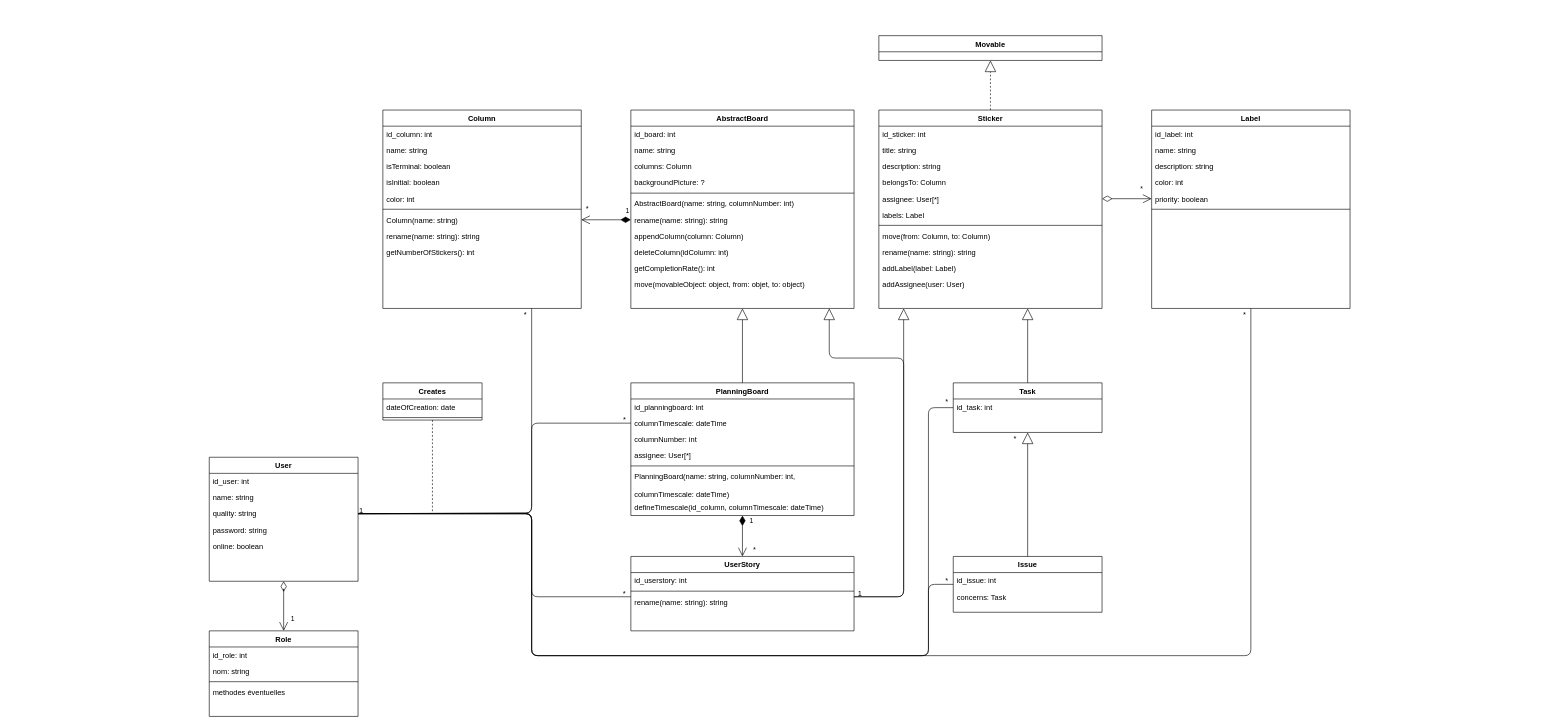
This is Diagrams/Class Diagram.drawio from RedaPengam/Boardy, a draw.io file, before an edit. Source tidied: cells renumbered, new cells numbered last; positions are measured from the earlier drawing's top-left corner, leaving out a move shared by most shapes. Both pictures are drawn from the tidied source at 62%, with x=0, y=0 at pixel (209, 35).
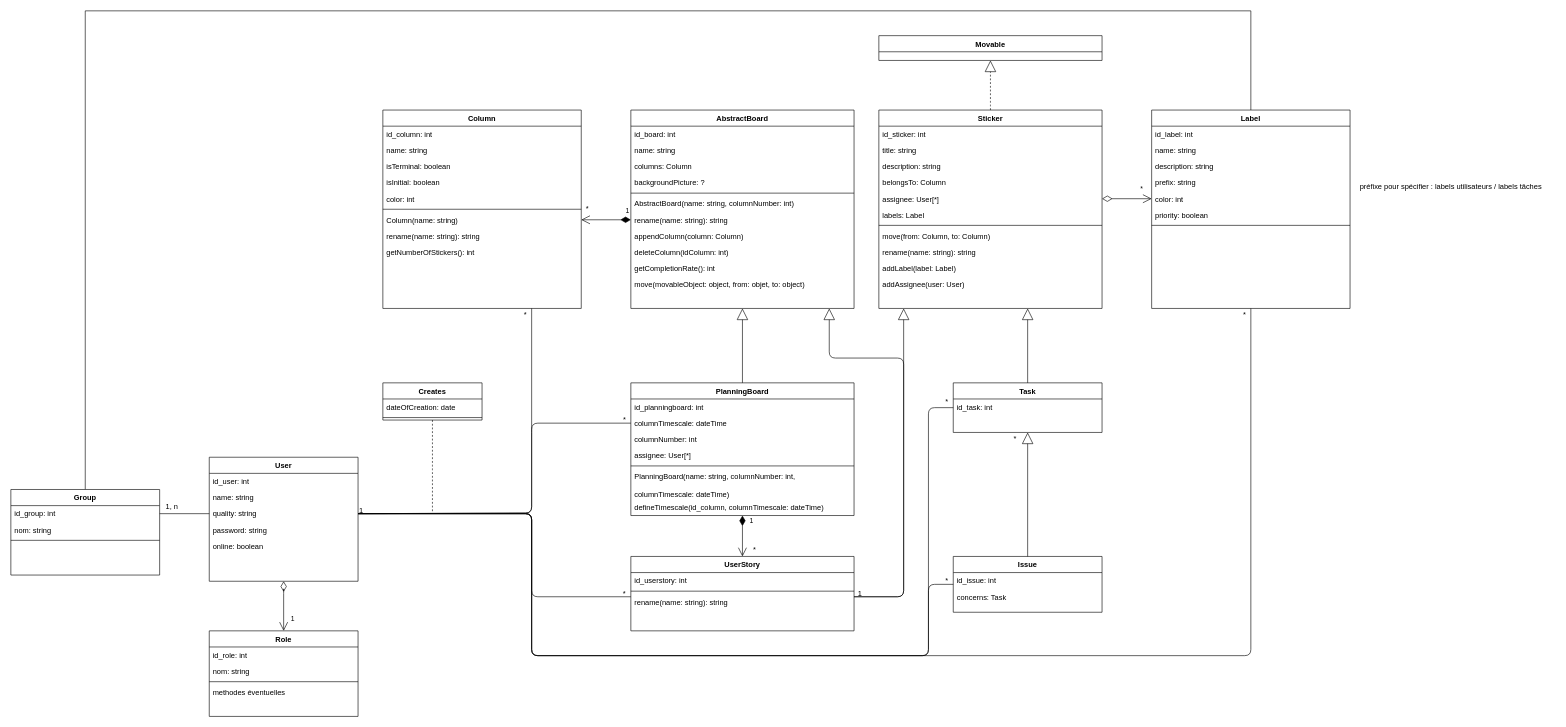
After the change.

The change refers to these unchanged cells:
```xml
<mxCell id="5" value="quality: string" style="text;align=left;verticalAlign=top;spacingLeft=4;spacingRight=4;overflow=hidden;points=[[0,0.5],[1,0.5]];portConstraint=eastwest;rounded=0;shadow=0;html=0;" parent="2" vertex="1">
  <mxGeometry y="78" width="240" height="26" as="geometry" />
</mxCell>
<mxCell id="37" value="assignee: User[*]" style="text;align=left;verticalAlign=top;spacingLeft=4;spacingRight=4;overflow=hidden;points=[[0,0.5],[1,0.5]];portConstraint=eastwest;rounded=0;shadow=0;html=0;" parent="32" vertex="1">
  <mxGeometry y="130" width="360" height="26" as="geometry" />
</mxCell>
<mxCell id="73" value="Label" style="swimlane;fontStyle=1;align=center;verticalAlign=top;horizontal=1;startSize=26;rounded=0;shadow=0;strokeWidth=1;" parent="1" vertex="1">
  <mxGeometry x="1520" y="120" width="320" height="320" as="geometry" />
</mxCell>
```

Change to the diagram source:
```diff
@@
+    <mxCell id="103" style="edgeStyle=orthogonalEdgeStyle;rounded=0;jettySize=auto;html=1;exitX=0.5;exitY=0;exitDx=0;exitDy=0;entryX=0.5;entryY=0;entryDx=0;entryDy=0;endArrow=none;endFill=0;" parent="1" edge="1" source="73" target="106">
+      <mxGeometry relative="1" as="geometry">
+        <Array as="points">
+          <mxPoint x="1680" y="-40" />
+          <mxPoint x="-200" y="-40" />
+        </Array>
+      </mxGeometry>
+    </mxCell>
@@
+    <mxCell id="104" value="prefix: string " style="text;align=left;verticalAlign=top;spacingLeft=4;spacingRight=4;overflow=hidden;" parent="73" vertex="1">
+      <mxGeometry y="104" width="320" height="26" as="geometry" />
+    </mxCell>
     <mxCell id="77" value="color: int" style="text;align=left;verticalAlign=top;spacingLeft=4;spacingRight=4;overflow=hidden;points=[[0,0.5],[1,0.5]];portConstraint=eastwest;" parent="73" vertex="1">
-      <mxGeometry y="104" width="320" height="26" as="geometry" />
+      <mxGeometry y="130" width="320" height="26" as="geometry" />
     </mxCell>
     <mxCell id="78" value="priority: boolean" style="text;align=left;verticalAlign=top;spacingLeft=4;spacingRight=4;overflow=hidden;points=[[0,0.5],[1,0.5]];portConstraint=eastwest;" parent="73" vertex="1">
-      <mxGeometry y="130" width="320" height="26" as="geometry" />
+      <mxGeometry y="156" width="320" height="26" as="geometry" />
     </mxCell>
     <mxCell id="79" style="line;html=1;strokeWidth=1;align=left;verticalAlign=middle;spacingTop=-1;spacingLeft=3;spacingRight=3;labelPosition=right;" parent="73" vertex="1">
-      <mxGeometry y="156" width="320" height="8" as="geometry" />
+      <mxGeometry y="182" width="320" height="8" as="geometry" />
     </mxCell>
@@
-    <mxCell id="83" value="*" style="endArrow=open;html=1;endSize=12;startArrow=diamondThin;startSize=14;startFill=0;edgeStyle=orthogonalEdgeStyle;align=left;verticalAlign=bottom;exitX=1;exitY=0.5;exitDx=0;exitDy=0;entryX=0;entryY=0.5;entryDx=0;entryDy=0;" parent="1" edge="1" source="37" target="78">
+    <mxCell id="83" value="*" style="endArrow=open;html=1;endSize=12;startArrow=diamondThin;startSize=14;startFill=0;edgeStyle=orthogonalEdgeStyle;align=left;verticalAlign=bottom;exitX=1;exitY=0.5;exitDx=0;exitDy=0;entryX=0;entryY=0.5;entryDx=0;entryDy=0;" parent="1" edge="1" source="37" target="77">
       <mxGeometry x="0.5" y="7" relative="1" as="geometry" />
     </mxCell>
@@
+    <mxCell id="105" value="préfixe pour spécifier : labels utilisateurs / labels tâches" style="text;align=left;verticalAlign=top;spacingLeft=4;spacingRight=4;overflow=hidden;" parent="1" vertex="1">
+      <mxGeometry x="1850" y="230" width="320" height="26" as="geometry" />
+    </mxCell>
+    <mxCell id="106" value="Group" style="swimlane;fontStyle=1;align=center;verticalAlign=top;horizontal=1;startSize=26;rounded=0;shadow=0;strokeWidth=1;" parent="1" vertex="1">
+      <mxGeometry x="-320" y="732" width="240" height="138" as="geometry" />
+    </mxCell>
+    <mxCell id="107" value="id_group: int" style="text;align=left;verticalAlign=top;spacingLeft=4;spacingRight=4;overflow=hidden;points=[[0,0.5],[1,0.5]];portConstraint=eastwest;rounded=0;shadow=0;html=0;" parent="106" vertex="1">
+      <mxGeometry y="26" width="240" height="26" as="geometry" />
+    </mxCell>
+    <mxCell id="108" value="nom: string" style="text;align=left;verticalAlign=top;spacingLeft=4;spacingRight=4;overflow=hidden;rounded=0;shadow=0;html=0;" parent="106" vertex="1">
+      <mxGeometry y="52" width="240" height="26" as="geometry" />
+    </mxCell>
+    <mxCell id="109" style="line;html=1;strokeWidth=1;align=left;verticalAlign=middle;spacingTop=-1;spacingLeft=3;spacingRight=3;labelPosition=right;" parent="106" vertex="1">
+      <mxGeometry y="78" width="240" height="8" as="geometry" />
+    </mxCell>
+    <mxCell id="110" style="edgeStyle=orthogonalEdgeStyle;rounded=0;jettySize=auto;html=1;exitX=0;exitY=0.5;exitDx=0;exitDy=0;entryX=1;entryY=0.5;entryDx=0;entryDy=0;endArrow=none;endFill=0;" parent="1" edge="1" source="5" target="107">
+      <mxGeometry relative="1" as="geometry" />
+    </mxCell>
+    <mxCell id="111" value="1, n" style="text;html=1;strokeColor=none;fillColor=none;align=center;verticalAlign=middle;whiteSpace=wrap;rounded=0;" parent="1" vertex="1">
+      <mxGeometry x="-80" y="750" width="40" height="20" as="geometry" />
+    </mxCell>
```
